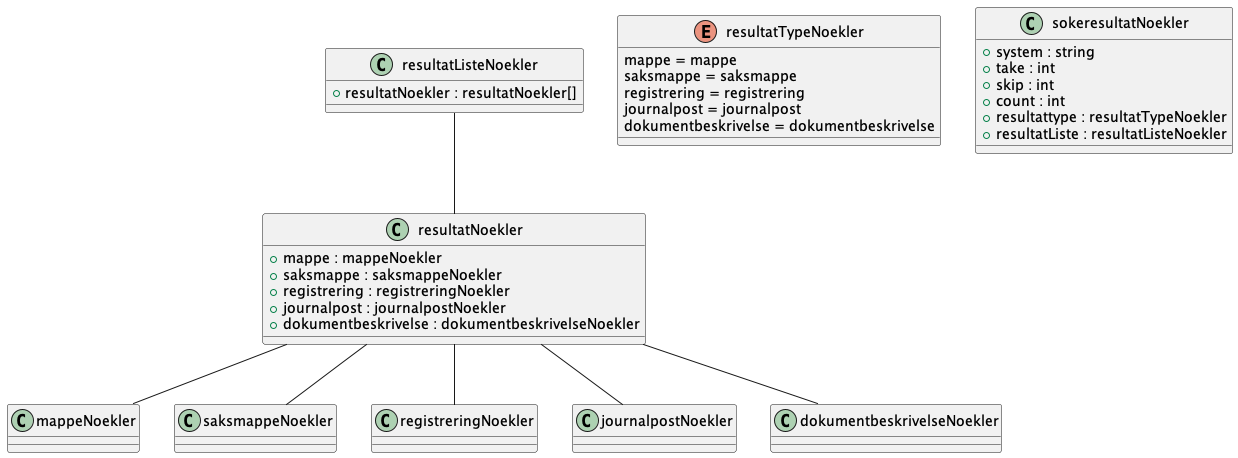
ks-no/fiks-arkiv-specification keeps this PlantUML diagram as Dokumentasjon/V1/SchemaModels/no/ks/fiks/arkiv/v1/innsyn/sok/resultat/noekler-relations.png. Above is the earlier version. Source of this version:
```plantuml
@startuml

class resultatListeNoekler {
    +resultatNoekler : resultatNoekler[]
}
resultatListeNoekler -- resultatNoekler
class resultatNoekler {
    +mappe : mappeNoekler
    +saksmappe : saksmappeNoekler
    +registrering : registreringNoekler
    +journalpost : journalpostNoekler
    +dokumentbeskrivelse : dokumentbeskrivelseNoekler
}
resultatNoekler -- mappeNoekler
resultatNoekler -- saksmappeNoekler
resultatNoekler -- registreringNoekler
resultatNoekler -- journalpostNoekler
resultatNoekler -- dokumentbeskrivelseNoekler

enum resultatTypeNoekler {
    mappe = mappe
    saksmappe = saksmappe
    registrering = registrering
    journalpost = journalpost
    dokumentbeskrivelse = dokumentbeskrivelse
}
class sokeresultatNoekler {
    +system : string
    +take : int
    +skip : int
    +count : int
    +resultattype : resultatTypeNoekler
    +resultatListe : resultatListeNoekler
}

@enduml
```
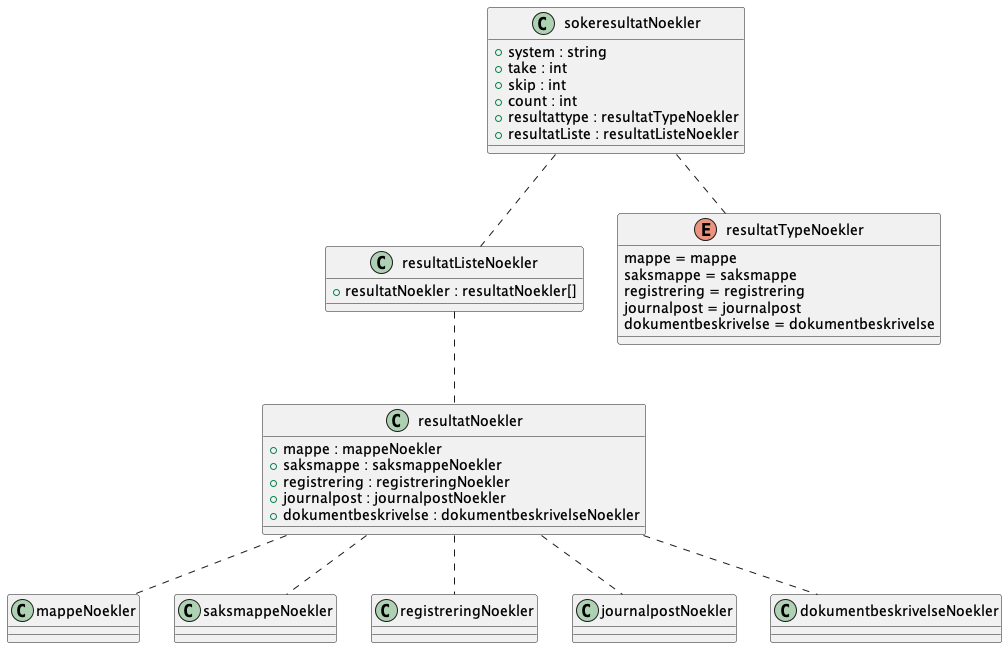
The same file after the commit.

What changed in the source:
```diff
@@ -1,36 +1,15 @@
 @startuml
+!include noekler.pu
 
-class resultatListeNoekler {
-    +resultatNoekler : resultatNoekler[]
-}
-resultatListeNoekler -- resultatNoekler
-class resultatNoekler {
-    +mappe : mappeNoekler
-    +saksmappe : saksmappeNoekler
-    +registrering : registreringNoekler
-    +journalpost : journalpostNoekler
-    +dokumentbeskrivelse : dokumentbeskrivelseNoekler
-}
-resultatNoekler -- mappeNoekler
-resultatNoekler -- saksmappeNoekler
-resultatNoekler -- registreringNoekler
-resultatNoekler -- journalpostNoekler
-resultatNoekler -- dokumentbeskrivelseNoekler
+sokeresultatNoekler .. resultatListeNoekler
+sokeresultatNoekler .. resultatTypeNoekler
 
-enum resultatTypeNoekler {
-    mappe = mappe
-    saksmappe = saksmappe
-    registrering = registrering
-    journalpost = journalpost
-    dokumentbeskrivelse = dokumentbeskrivelse
-}
-class sokeresultatNoekler {
-    +system : string
-    +take : int
-    +skip : int
-    +count : int
-    +resultattype : resultatTypeNoekler
-    +resultatListe : resultatListeNoekler
-}
+resultatListeNoekler .. resultatNoekler
+
+resultatNoekler .. mappeNoekler
+resultatNoekler .. saksmappeNoekler
+resultatNoekler .. registreringNoekler
+resultatNoekler .. journalpostNoekler
+resultatNoekler .. dokumentbeskrivelseNoekler
 
 @enduml
```
